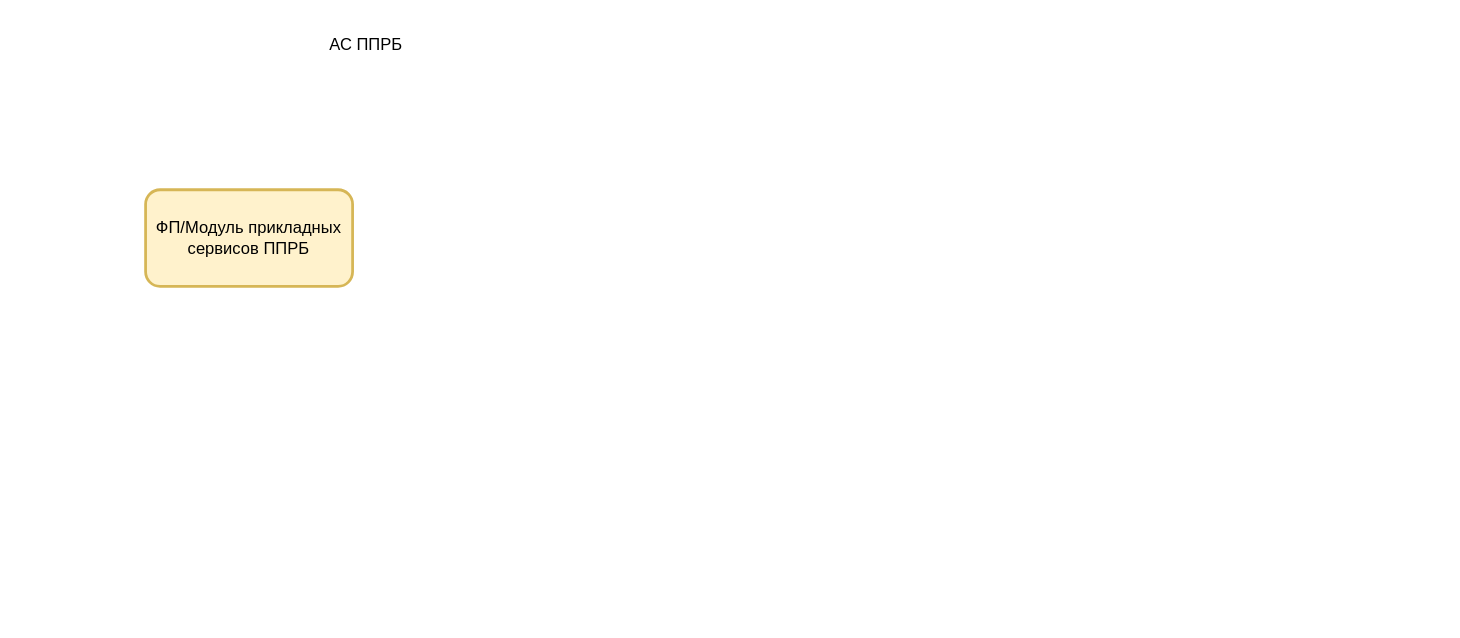
This is Archiving.drawio from srecon/diagramms, a draw.io file, before an edit. Source tidied: cells renumbered, new cells numbered last; positions are measured from the earlier drawing's top-left corner, leaving out a move shared by most shapes. Both pictures are drawn from the tidied source at 138%, with x=0, y=0 at pixel (145, 23).
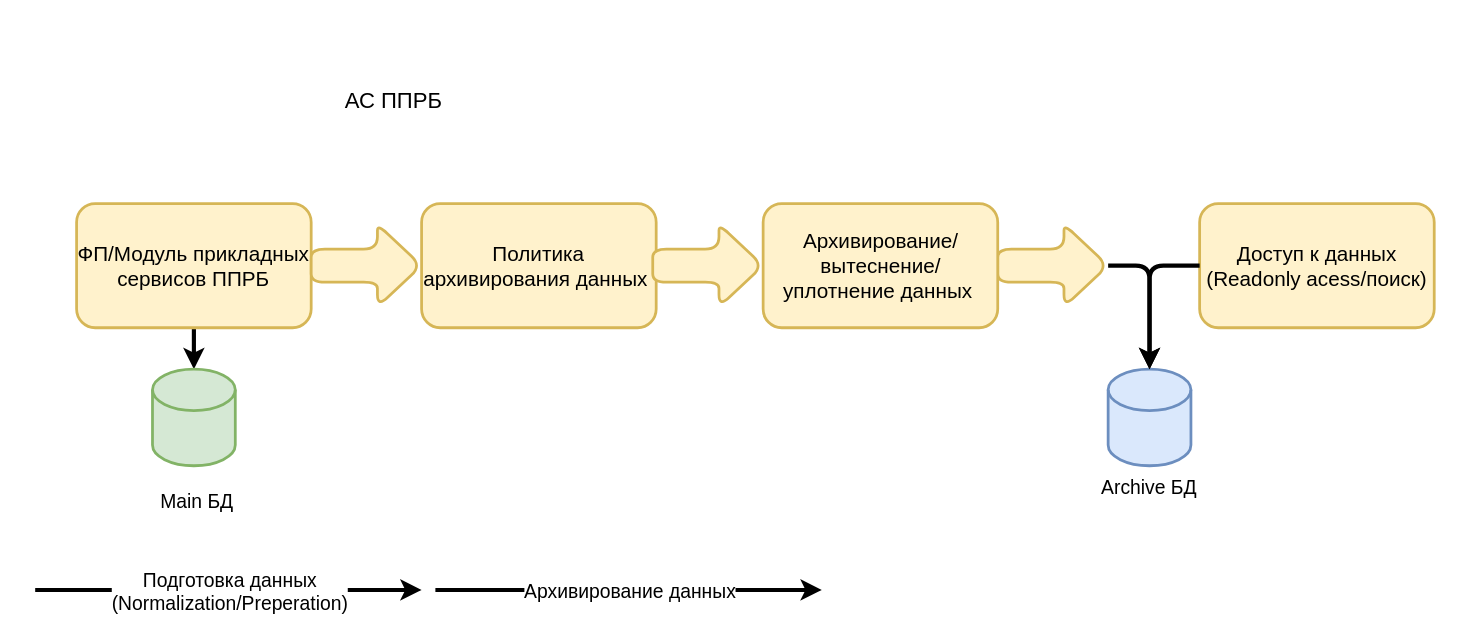
The same page after the edit.

The edit, as a diff of the source:
```diff
@@
+    <mxCell id="4" style="edgeStyle=orthogonalEdgeStyle;rounded=1;jettySize=auto;html=1;fontSize=16;strokeWidth=3;" parent="1" edge="1" source="2" target="5">
+      <mxGeometry relative="1" as="geometry" />
+    </mxCell>
-    <mxCell id="2" value="ФП/Модуль прикладных сервисов ППРБ" style="rounded=1;whiteSpace=wrap;html=1;strokeWidth=2;fillColor=#fff2cc;strokeColor=#d6b656;" parent="1" vertex="1">
-      <mxGeometry y="120" width="150" height="70" as="geometry" />
+    <mxCell id="2" value="&lt;font style=&quot;font-size: 15px;&quot;&gt;ФП/Модуль прикладных сервисов ППРБ&lt;/font&gt;" style="rounded=1;whiteSpace=wrap;html=1;strokeWidth=2;fillColor=#fff2cc;strokeColor=#d6b656;" parent="1" vertex="1">
+      <mxGeometry x="-50" y="130" width="170" height="90" as="geometry" />
     </mxCell>
-    <mxCell id="3" value="АС ППРБ" style="text;html=1;strokeColor=none;fillColor=none;align=center;verticalAlign=middle;whiteSpace=wrap;rounded=0;" parent="1" vertex="1">
-      <mxGeometry x="80" width="160" height="30" as="geometry" />
+    <mxCell id="3" value="&lt;font style=&quot;font-size: 16px;&quot;&gt;АС ППРБ&lt;/font&gt;" style="text;html=1;strokeColor=none;fillColor=none;align=center;verticalAlign=middle;whiteSpace=wrap;rounded=0;" parent="1" vertex="1">
+      <mxGeometry x="100" y="40" width="160" height="30" as="geometry" />
     </mxCell>
+    <mxCell id="5" style="shape=cylinder3;whiteSpace=wrap;html=1;boundedLbl=1;backgroundOutline=1;size=15;fontSize=16;strokeWidth=2;fillColor=#d5e8d4;strokeColor=#82b366;" parent="1" vertex="1">
+      <mxGeometry x="5" y="250" width="60" height="70" as="geometry" />
+    </mxCell>
+    <mxCell id="6" value="&lt;font style=&quot;font-size: 14px;&quot;&gt;Main БД&lt;/font&gt;" style="text;html=1;strokeColor=none;fillColor=none;align=center;verticalAlign=middle;whiteSpace=wrap;rounded=0;fontSize=16;" parent="1" vertex="1">
+      <mxGeometry x="5" y="330" width="65" height="30" as="geometry" />
+    </mxCell>
+    <mxCell id="7" style="shape=singleArrow;whiteSpace=wrap;html=1;arrowWidth=0.4;arrowSize=0.4;fillColor=#fff2cc;strokeColor=#d6b656;rounded=1;strokeWidth=2;" parent="1" vertex="1">
+      <mxGeometry x="120" y="145" width="80" height="60" as="geometry" />
+    </mxCell>
+    <mxCell id="8" style="endArrow=classic;html=1;rounded=1;fontSize=14;strokeWidth=3;" parent="1" edge="1">
+      <mxGeometry relative="1" as="geometry">
+        <mxPoint x="-80" y="410" as="sourcePoint" />
+        <mxPoint x="200" y="410" as="targetPoint" />
+      </mxGeometry>
+    </mxCell>
+    <mxCell id="9" value="Подготовка данных&lt;br&gt;(Normalization/Preperation)" style="edgeLabel;html=1;align=center;verticalAlign=middle;fontSize=14;strokeWidth=2;" parent="8" vertex="1">
+      <mxGeometry relative="1" as="geometry" />
+    </mxCell>
+    <mxCell id="10" value="&lt;font style=&quot;font-size: 15px;&quot;&gt;Политика архивирования данных&amp;nbsp;&lt;/font&gt;" style="rounded=1;whiteSpace=wrap;html=1;strokeWidth=2;fillColor=#fff2cc;strokeColor=#d6b656;" parent="1" vertex="1">
+      <mxGeometry x="200" y="130" width="170" height="90" as="geometry" />
+    </mxCell>
+    <mxCell id="11" style="shape=cylinder3;whiteSpace=wrap;html=1;boundedLbl=1;backgroundOutline=1;size=15;fontSize=16;strokeWidth=2;fillColor=#dae8fc;strokeColor=#6c8ebf;" parent="1" vertex="1">
+      <mxGeometry x="697.5" y="250" width="60" height="70" as="geometry" />
+    </mxCell>
+    <mxCell id="12" style="edgeStyle=orthogonalEdgeStyle;rounded=1;jettySize=auto;html=1;fontSize=14;strokeWidth=3;exitX=1;exitY=0.5;exitDx=0;exitDy=0;exitPerimeter=0;" parent="1" edge="1" source="17" target="11">
+      <mxGeometry relative="1" as="geometry" />
+    </mxCell>
+    <mxCell id="13" style="shape=singleArrow;whiteSpace=wrap;html=1;arrowWidth=0.4;arrowSize=0.4;fillColor=#fff2cc;strokeColor=#d6b656;rounded=1;strokeWidth=2;" parent="1" vertex="1">
+      <mxGeometry x="367.5" y="145" width="80" height="60" as="geometry" />
+    </mxCell>
+    <mxCell id="14" value="&lt;span style=&quot;font-size: 14px;&quot;&gt;Archive БД&lt;/span&gt;" style="text;html=1;strokeColor=none;fillColor=none;align=center;verticalAlign=middle;whiteSpace=wrap;rounded=0;fontSize=16;" parent="1" vertex="1">
+      <mxGeometry x="691.2" y="320" width="72.5" height="30" as="geometry" />
+    </mxCell>
+    <mxCell id="15" style="endArrow=classic;html=1;rounded=1;fontSize=14;strokeWidth=3;" parent="1" edge="1">
+      <mxGeometry relative="1" as="geometry">
+        <mxPoint x="210" y="410" as="sourcePoint" />
+        <mxPoint x="490" y="410" as="targetPoint" />
+      </mxGeometry>
+    </mxCell>
+    <mxCell id="16" value="Архивирование данных" style="edgeLabel;html=1;align=center;verticalAlign=middle;fontSize=14;strokeWidth=2;" parent="15" vertex="1">
+      <mxGeometry relative="1" as="geometry" />
+    </mxCell>
+    <mxCell id="17" style="shape=singleArrow;whiteSpace=wrap;html=1;arrowWidth=0.4;arrowSize=0.4;fillColor=#fff2cc;strokeColor=#d6b656;rounded=1;strokeWidth=2;" parent="1" vertex="1">
+      <mxGeometry x="617.5" y="145" width="80" height="60" as="geometry" />
+    </mxCell>
+    <mxCell id="18" value="&lt;font style=&quot;font-size: 15px;&quot;&gt;Архивирование/вытеснение/уплотнение данных&amp;nbsp;&lt;/font&gt;" style="rounded=1;whiteSpace=wrap;html=1;strokeWidth=2;fillColor=#fff2cc;strokeColor=#d6b656;" parent="1" vertex="1">
+      <mxGeometry x="447.5" y="130" width="170" height="90" as="geometry" />
+    </mxCell>
+    <mxCell id="19" value="&lt;font style=&quot;font-size: 15px;&quot;&gt;Доступ к данных (Readonly acess/поиск)&lt;/font&gt;" style="rounded=1;whiteSpace=wrap;html=1;strokeWidth=2;fillColor=#fff2cc;strokeColor=#d6b656;" parent="1" vertex="1">
+      <mxGeometry x="763.8" y="130" width="170" height="90" as="geometry" />
+    </mxCell>
+    <mxCell id="20" style="edgeStyle=orthogonalEdgeStyle;rounded=1;jettySize=auto;html=1;fontSize=14;strokeWidth=3;exitX=0;exitY=0.5;exitDx=0;exitDy=0;entryX=0.5;entryY=0;entryDx=0;entryDy=0;entryPerimeter=0;" parent="1" edge="1" source="19" target="11">
+      <mxGeometry relative="1" as="geometry" />
+    </mxCell>
```
